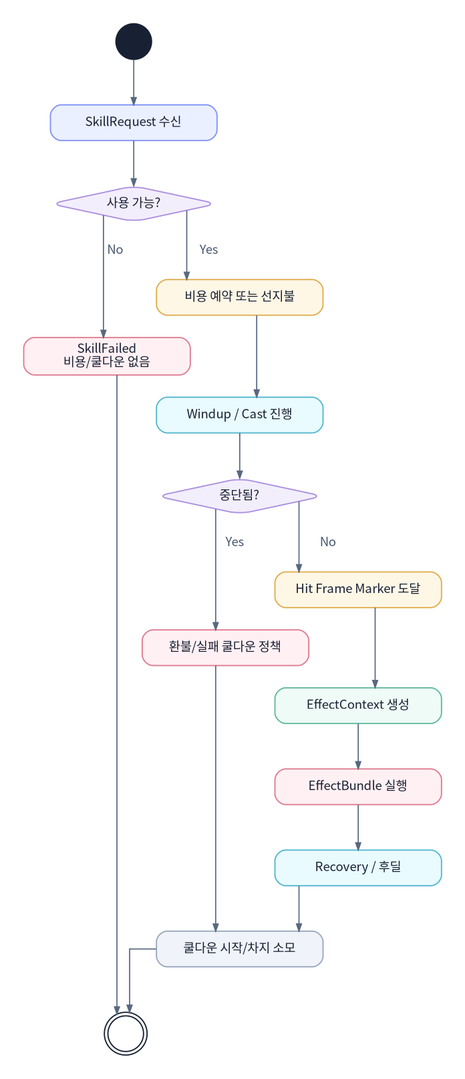
Before: assets/diagrams/20_skill_timeline_activity_diagram.png, a diagram exported from Graphviz (JY-LemongO/game-system-framework-knowledge-site). Its source is kept beside it as source/diagrams/20_skill_timeline_activity_diagram.dot. Source of this version:
```dot
digraph G {
  graph [fontname="Noto Sans CJK KR", bgcolor="#ffffff", margin=0.12, pad=0.25, ranksep=0.70, nodesep=0.50];
  node [fontname="Noto Sans CJK KR", shape=box, style="rounded,filled", color="#bac7db", penwidth=1.4, fillcolor="#ffffff", fontcolor="#182033", margin="0.14,0.09"];
  edge [fontname="Noto Sans CJK KR", color="#59687e", fontcolor="#46566e", arrowsize=0.8, penwidth=1.3];
  rankdir=TB;
  splines=ortho;

  node [shape=box, style="rounded,filled", width=2.6, height=0.55];
  Start [shape=circle, label="", width=0.28, fillcolor="#182033", color="#182033"];
  Request [label="SkillRequest 수신", fillcolor="#eaf0ff", color="#8292f7"];
  Validate [shape=diamond, label="사용 가능?", fillcolor="#f3eefc", color="#ab8fe0"];
  Fail [label="SkillFailed
비용/쿨다운 없음", fillcolor="#fff0f3", color="#e07b91"];
  Pay [label="비용 예약 또는 선지불", fillcolor="#fff7e6", color="#e0ad4e"];
  Windup [label="Windup / Cast 진행", fillcolor="#e9fbff", color="#54b7cf"];
  Interrupt [shape=diamond, label="중단됨?", fillcolor="#f3eefc", color="#ab8fe0"];
  Refund [label="환불/실패 쿨다운 정책", fillcolor="#fff0f3", color="#e07b91"];
  Marker [label="Hit Frame Marker 도달", fillcolor="#fff7e6", color="#e0ad4e"];
  Context [label="EffectContext 생성", fillcolor="#eefbf6", color="#61b99a"];
  Bundle [label="EffectBundle 실행", fillcolor="#fff0f3", color="#e07b91"];
  Recovery [label="Recovery / 후딜", fillcolor="#e9fbff", color="#54b7cf"];
  Cooldown [label="쿨다운 시작/차지 소모", fillcolor="#f0f3f9", color="#99a8bd"];
  End [shape=doublecircle, label="", width=0.35, fillcolor="#ffffff", color="#182033"];
  Start -> Request -> Validate;
  Validate -> Fail [label="No"];
  Fail -> End;
  Validate -> Pay [label="Yes"];
  Pay -> Windup -> Interrupt;
  Interrupt -> Refund [label="Yes"];
  Refund -> Cooldown;
  Interrupt -> Marker [label="No"];
  Marker -> Context -> Bundle -> Recovery -> Cooldown -> End;
}
```
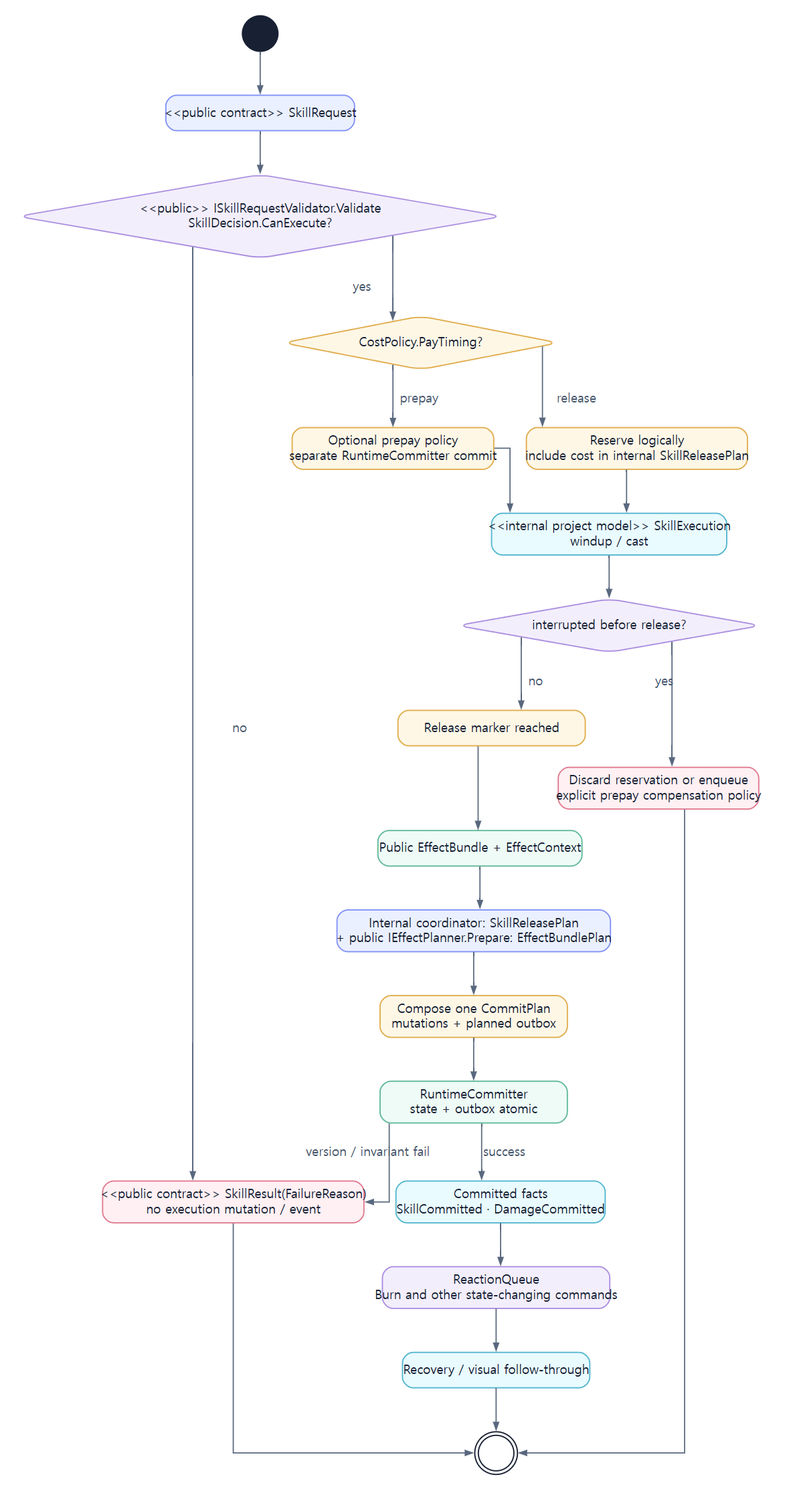
The same file after the commit.

Change to the diagram source:
```diff
@@ -1,33 +1,45 @@
 digraph G {
-  graph [fontname="Noto Sans CJK KR", bgcolor="#ffffff", margin=0.12, pad=0.25, ranksep=0.70, nodesep=0.50];
+  graph [fontname="Noto Sans CJK KR", bgcolor="#ffffff", margin=0.12, pad=0.25, ranksep=0.66, nodesep=0.50];
   node [fontname="Noto Sans CJK KR", shape=box, style="rounded,filled", color="#bac7db", penwidth=1.4, fillcolor="#ffffff", fontcolor="#182033", margin="0.14,0.09"];
   edge [fontname="Noto Sans CJK KR", color="#59687e", fontcolor="#46566e", arrowsize=0.8, penwidth=1.3];
   rankdir=TB;
   splines=ortho;
+  node [shape=box, style="rounded,filled", width=2.9, height=0.55];
 
-  node [shape=box, style="rounded,filled", width=2.6, height=0.55];
   Start [shape=circle, label="", width=0.28, fillcolor="#182033", color="#182033"];
-  Request [label="SkillRequest 수신", fillcolor="#eaf0ff", color="#8292f7"];
-  Validate [shape=diamond, label="사용 가능?", fillcolor="#f3eefc", color="#ab8fe0"];
-  Fail [label="SkillFailed
-비용/쿨다운 없음", fillcolor="#fff0f3", color="#e07b91"];
-  Pay [label="비용 예약 또는 선지불", fillcolor="#fff7e6", color="#e0ad4e"];
-  Windup [label="Windup / Cast 진행", fillcolor="#e9fbff", color="#54b7cf"];
-  Interrupt [shape=diamond, label="중단됨?", fillcolor="#f3eefc", color="#ab8fe0"];
-  Refund [label="환불/실패 쿨다운 정책", fillcolor="#fff0f3", color="#e07b91"];
-  Marker [label="Hit Frame Marker 도달", fillcolor="#fff7e6", color="#e0ad4e"];
-  Context [label="EffectContext 생성", fillcolor="#eefbf6", color="#61b99a"];
-  Bundle [label="EffectBundle 실행", fillcolor="#fff0f3", color="#e07b91"];
-  Recovery [label="Recovery / 후딜", fillcolor="#e9fbff", color="#54b7cf"];
-  Cooldown [label="쿨다운 시작/차지 소모", fillcolor="#f0f3f9", color="#99a8bd"];
+  Request [label="<<public contract>> SkillRequest", fillcolor="#eaf0ff", color="#8292f7"];
+  Validate [shape=diamond, label="<<public>> ISkillRequestValidator.Validate\nSkillDecision.CanExecute?", fillcolor="#f3eefc", color="#ab8fe0"];
+  Fail [label="<<public contract>> SkillResult(FailureReason)\nno execution mutation / event", fillcolor="#fff0f3", color="#e07b91"];
+  PayTiming [shape=diamond, label="CostPolicy.PayTiming?", fillcolor="#fff7e6", color="#e0ad4e"];
+  Reserve [label="Reserve logically\ninclude cost in internal SkillReleasePlan", fillcolor="#fff7e6", color="#e0ad4e"];
+  Prepay [label="Optional prepay policy\nseparate RuntimeCommitter commit", fillcolor="#fff7e6", color="#e0ad4e"];
+  Windup [label="<<internal project model>> SkillExecution\nwindup / cast", fillcolor="#e9fbff", color="#54b7cf"];
+  Interrupt [shape=diamond, label="interrupted before release?", fillcolor="#f3eefc", color="#ab8fe0"];
+  Refund [label="Discard reservation or enqueue\nexplicit prepay compensation policy", fillcolor="#fff0f3", color="#e07b91"];
+  Marker [label="Release marker reached", fillcolor="#fff7e6", color="#e0ad4e"];
+  Context [label="Public EffectBundle + EffectContext", fillcolor="#eefbf6", color="#61b99a"];
+  Prepare [label="Internal coordinator: SkillReleasePlan\n+ public IEffectPlanner.Prepare: EffectBundlePlan", fillcolor="#eaf0ff", color="#8292f7"];
+  Combine [label="Compose one CommitPlan\nmutations + planned outbox", fillcolor="#fff7e6", color="#e0ad4e"];
+  Commit [label="RuntimeCommitter\nstate + outbox atomic", fillcolor="#eefbf6", color="#61b99a"];
+  Committed [label="Committed facts\nSkillCommitted · DamageCommitted", fillcolor="#e9fbff", color="#54b7cf"];
+  Reaction [label="ReactionQueue\nBurn and other state-changing commands", fillcolor="#f3eefc", color="#ab8fe0"];
+  Recovery [label="Recovery / visual follow-through", fillcolor="#e9fbff", color="#54b7cf"];
   End [shape=doublecircle, label="", width=0.35, fillcolor="#ffffff", color="#182033"];
+
   Start -> Request -> Validate;
-  Validate -> Fail [label="No"];
+  Validate -> Fail [label="no"];
   Fail -> End;
-  Validate -> Pay [label="Yes"];
-  Pay -> Windup -> Interrupt;
-  Interrupt -> Refund [label="Yes"];
-  Refund -> Cooldown;
-  Interrupt -> Marker [label="No"];
-  Marker -> Context -> Bundle -> Recovery -> Cooldown -> End;
+  Validate -> PayTiming [label="yes"];
+  PayTiming -> Reserve [label="release"];
+  PayTiming -> Prepay [label="prepay"];
+  Reserve -> Windup;
+  Prepay -> Windup;
+  Windup -> Interrupt;
+  Interrupt -> Refund [label="yes"];
+  Refund -> End;
+  Interrupt -> Marker [label="no"];
+  Marker -> Context -> Prepare -> Combine -> Commit;
+  Commit -> Fail [label="version / invariant fail"];
+  Commit -> Committed [label="success"];
+  Committed -> Reaction -> Recovery -> End;
 }
```
